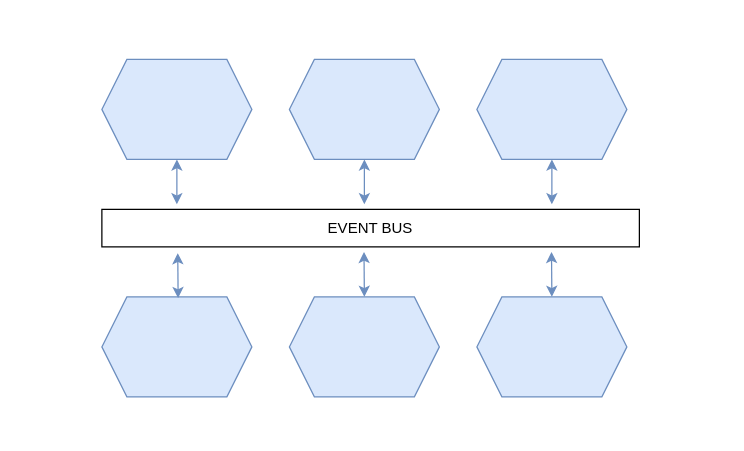
Earlier version of the draw.io diagram page "Event Bus" (4 of 11) of diagrams/1.drawio (alicemunsal/dohex). Source tidied: cells renumbered, new cells numbered last; positions are measured from the earlier drawing's top-left corner, leaving out a move shared by most shapes. Both pictures are drawn from the tidied source at 125%, with x=0, y=0 at pixel (101, 59).
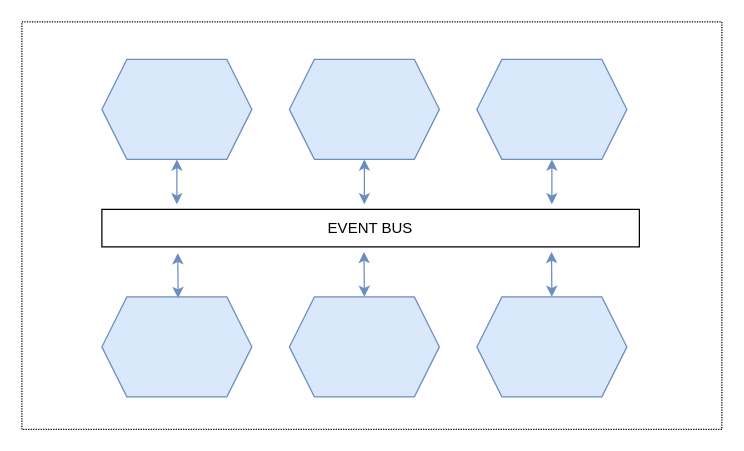
The same page after the edit.

The edit, as a diff of the source:
```diff
@@
+    <mxCell id="15" style="rounded=0;whiteSpace=wrap;html=1;fontSize=12;strokeWidth=1;dashed=1;dashPattern=1 1;perimeterSpacing=1;fillColor=none;" parent="1" vertex="1">
+      <mxGeometry x="-64" y="-30" width="560" height="326" as="geometry" />
+    </mxCell>
```
